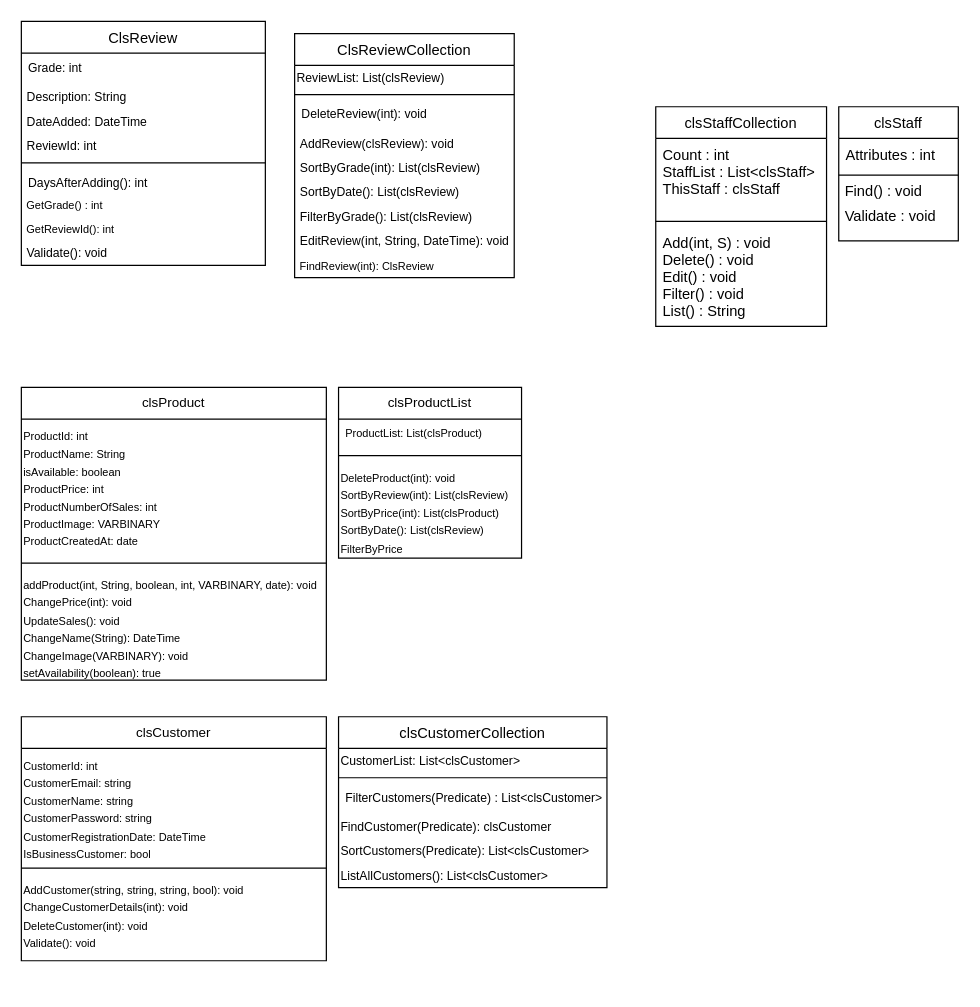
Above: untitled Diagram updated.drawio in dominikmch/Template4U (draw.io), before the change. Source tidied: cells renumbered, new cells numbered last; positions are measured from the earlier drawing's top-left corner, leaving out a move shared by most shapes. Both pictures are drawn from the tidied source at 122%, with x=0, y=0 at pixel (21, 21).
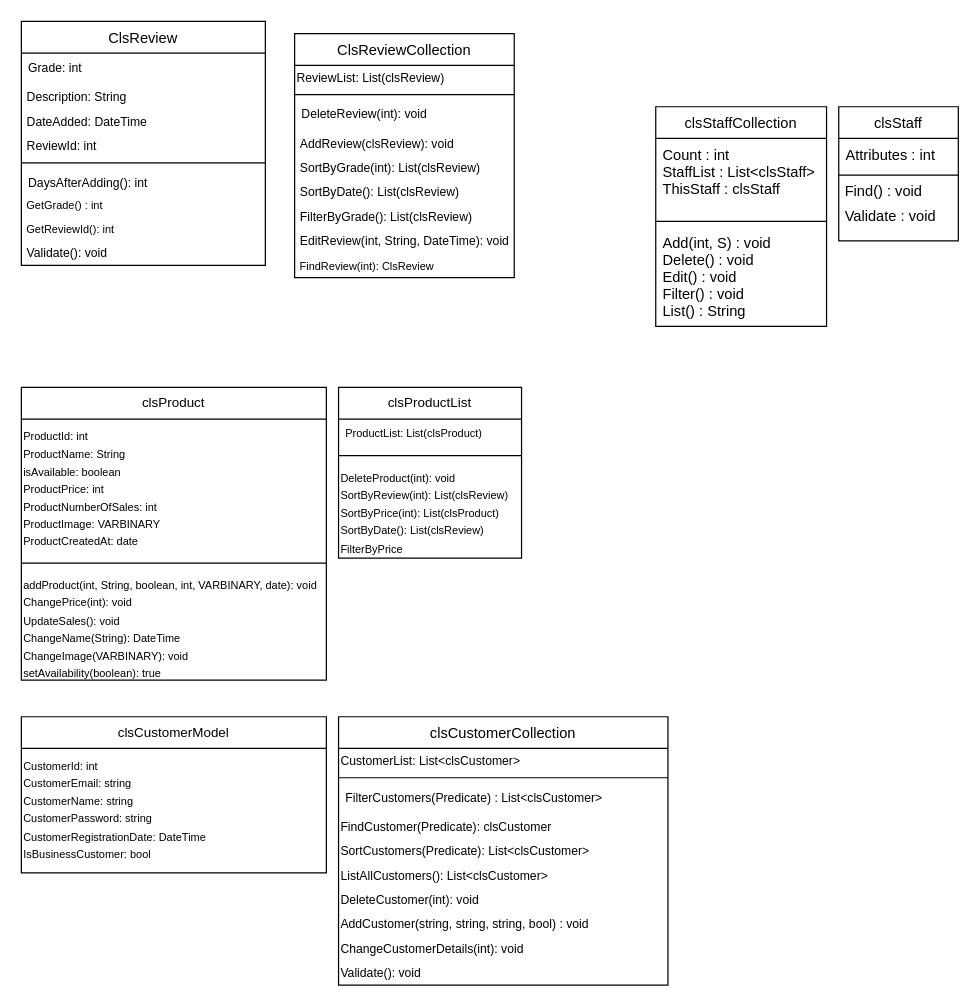
The same diagram, later.

Change to the diagram source:
```diff
@@
-    <mxCell id="41" value="clsCustomer" style="swimlane;fontStyle=0;align=center;verticalAlign=top;horizontal=1;startSize=26;rounded=0;shadow=0;strokeWidth=1;fontSize=11;" parent="1" vertex="1">
-      <mxGeometry y="570" width="250" height="200" as="geometry" />
+    <mxCell id="41" value="clsCustomerModel" style="swimlane;fontStyle=0;align=center;verticalAlign=top;horizontal=1;startSize=26;rounded=0;shadow=0;strokeWidth=1;fontSize=11;" parent="1" vertex="1">
+      <mxGeometry y="570" width="250" height="128" as="geometry" />
     </mxCell>
@@
-    <mxCell id="43" style="line;html=1;strokeWidth=1;align=left;verticalAlign=middle;spacingTop=-1;spacingLeft=3;spacingRight=3;labelPosition=right;" parent="41" vertex="1">
-      <mxGeometry y="120" width="250" height="8" as="geometry" />
-    </mxCell>
-    <mxCell id="44" value="&lt;font style=&quot;font-size: 9px&quot;&gt;AddCustomer(string, string, string, bool): void&lt;br&gt;ChangeCustomerDetails(int): void&lt;br&gt;DeleteCustomer(int): void&lt;br&gt;Validate(): void&lt;br&gt;&lt;/font&gt;" style="text;html=1;" parent="41" vertex="1">
-      <mxGeometry y="128" width="250" height="62" as="geometry" />
-    </mxCell>
     <mxCell id="45" value="clsCustomerCollection" style="swimlane;fontStyle=0;align=center;verticalAlign=top;horizontal=1;startSize=26;fontSize=12;" parent="1" vertex="1">
-      <mxGeometry x="260" y="570" width="220" height="140" as="geometry" />
+      <mxGeometry x="260" y="570" width="270" height="220" as="geometry" />
     </mxCell>
     <mxCell id="46" value="&lt;span style=&quot;white-space: nowrap ; font-size: 10px&quot;&gt;CustomerList: List&amp;lt;clsCustomer&amp;gt;&lt;/span&gt;" style="text;html=1;strokeColor=none;fillColor=none;align=left;verticalAlign=middle;whiteSpace=wrap;rounded=0;fontSize=10;" parent="45" vertex="1">
-      <mxGeometry y="26" width="220" height="20" as="geometry" />
+      <mxGeometry y="26" width="270" height="20" as="geometry" />
     </mxCell>
     <mxCell id="47" style="line;strokeWidth=1;fillColor=none;align=left;verticalAlign=middle;spacingTop=-1;spacingLeft=3;spacingRight=3;labelPosition=right;" parent="45" vertex="1">
-      <mxGeometry y="46" width="220" height="8" as="geometry" />
+      <mxGeometry y="46" width="270" height="8" as="geometry" />
     </mxCell>
     <mxCell id="48" value="FilterCustomers(Predicate) : List&lt;clsCustomer&gt;" style="text;strokeColor=none;fillColor=none;align=left;verticalAlign=top;spacingLeft=4;spacingRight=4;overflow=hidden;fontSize=10;" parent="45" vertex="1">
-      <mxGeometry y="54" width="220" height="26" as="geometry" />
+      <mxGeometry y="54" width="270" height="26" as="geometry" />
     </mxCell>
     <mxCell id="49" value="FindCustomer(Predicate): clsCustomer" style="text;html=1;strokeColor=none;fillColor=none;align=left;verticalAlign=middle;whiteSpace=wrap;rounded=0;fontSize=10;" parent="45" vertex="1">
-      <mxGeometry y="80" width="220" height="20" as="geometry" />
+      <mxGeometry y="80" width="270" height="20" as="geometry" />
     </mxCell>
     <mxCell id="50" value="SortCustomers(Predicate): List&amp;lt;clsCustomer&amp;gt;" style="text;html=1;strokeColor=none;fillColor=none;align=left;verticalAlign=middle;whiteSpace=wrap;rounded=0;fontSize=10;" parent="45" vertex="1">
-      <mxGeometry y="100" width="220" height="20" as="geometry" />
+      <mxGeometry y="100" width="270" height="20" as="geometry" />
     </mxCell>
     <mxCell id="51" value="ListAllCustomers(): List&amp;lt;clsCustomer&amp;gt;" style="text;html=1;strokeColor=none;fillColor=none;align=left;verticalAlign=middle;whiteSpace=wrap;rounded=0;fontSize=10;" parent="45" vertex="1">
-      <mxGeometry y="120" width="220" height="20" as="geometry" />
+      <mxGeometry y="120" width="270" height="20" as="geometry" />
     </mxCell>
+    <mxCell id="52" value="DeleteCustomer(int): void" style="text;html=1;strokeColor=none;fillColor=none;align=left;verticalAlign=middle;whiteSpace=wrap;rounded=0;fontSize=10;" parent="45" vertex="1">
+      <mxGeometry y="140" width="270" height="20" as="geometry" />
+    </mxCell>
+    <mxCell id="53" value="AddCustomer(string, string, string, bool) : void" style="text;html=1;strokeColor=none;fillColor=none;align=left;verticalAlign=middle;whiteSpace=wrap;rounded=0;fontSize=10;" parent="45" vertex="1">
+      <mxGeometry y="160" width="270" height="20" as="geometry" />
+    </mxCell>
+    <mxCell id="54" value="ChangeCustomerDetails(int): void" style="text;html=1;strokeColor=none;fillColor=none;align=left;verticalAlign=middle;whiteSpace=wrap;rounded=0;fontSize=10;" parent="45" vertex="1">
+      <mxGeometry y="180" width="270" height="20" as="geometry" />
+    </mxCell>
+    <mxCell id="55" value="Validate(): void" style="text;html=1;strokeColor=none;fillColor=none;align=left;verticalAlign=middle;whiteSpace=wrap;rounded=0;fontSize=10;" parent="45" vertex="1">
+      <mxGeometry y="200" width="270" height="20" as="geometry" />
+    </mxCell>
```
